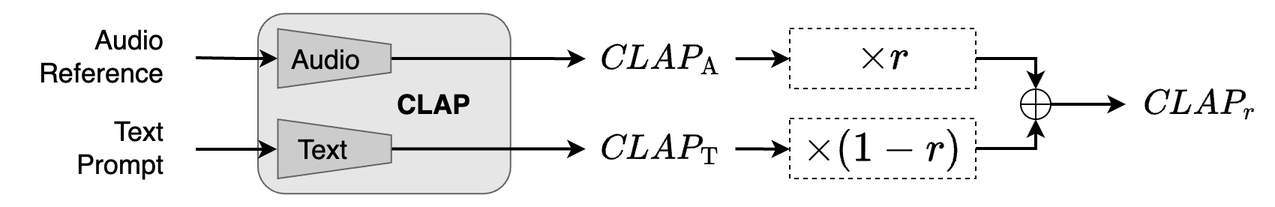
Before: diags/interpolations.png, a diagram exported from draw.io (anonymous757575/diffariff-companion). Source tidied: cells renumbered, new cells last; positions are measured from the earlier drawing's top-left corner, leaving out a move shared by most shapes. The source it was exported from:
```xml
<mxGraphModel math="1">
  <root>
    <mxCell id="0" />
    <mxCell id="1" parent="0" />
    <mxCell id="2" style="rounded=1;whiteSpace=wrap;html=1;fillColor=#E6E6E6;strokeColor=#666666;fontColor=#333333;" parent="1" vertex="1">
      <mxGeometry x="171.5" y="7.6" width="168.4" height="120" as="geometry" />
    </mxCell>
    <mxCell id="3" style="edgeStyle=orthogonalEdgeStyle;rounded=0;jettySize=auto;html=1;exitX=0.5;exitY=1;exitDx=0;exitDy=0;endArrow=none;endFill=0;startArrow=classic;startFill=1;strokeWidth=2;" parent="1" edge="1" source="5">
      <mxGeometry relative="1" as="geometry">
        <mxPoint x="130" y="37" as="targetPoint" />
        <Array as="points">
          <mxPoint x="158" y="37" />
          <mxPoint x="130" y="37" />
        </Array>
      </mxGeometry>
    </mxCell>
    <mxCell id="4" style="edgeStyle=orthogonalEdgeStyle;rounded=0;jettySize=auto;html=1;exitX=0.5;exitY=0;exitDx=0;exitDy=0;strokeWidth=2;entryX=0;entryY=0.5;entryDx=0;entryDy=0;" parent="1" edge="1" source="5" target="21">
      <mxGeometry relative="1" as="geometry" />
    </mxCell>
    <mxCell id="5" style="shape=trapezoid;perimeter=trapezoidPerimeter;whiteSpace=wrap;html=1;fixedSize=1;rotation=90;size=10.329999999999927;fillColor=#CCCCCC;strokeColor=#666666;fontColor=#333333;" parent="1" vertex="1">
      <mxGeometry x="202.7" y="-0.2" width="39.4" height="75.3" as="geometry" />
    </mxCell>
    <mxCell id="6" style="edgeStyle=orthogonalEdgeStyle;rounded=0;jettySize=auto;html=1;exitX=0.5;exitY=0;exitDx=0;exitDy=0;strokeWidth=2;entryX=0;entryY=0.5;entryDx=0;entryDy=0;" parent="1" edge="1" source="7" target="23">
      <mxGeometry relative="1" as="geometry" />
    </mxCell>
    <mxCell id="7" style="shape=trapezoid;perimeter=trapezoidPerimeter;whiteSpace=wrap;html=1;fixedSize=1;rotation=90;size=10.561666666666753;fillColor=#CCCCCC;strokeColor=#666666;fontColor=#333333;" parent="1" vertex="1">
      <mxGeometry x="202.8" y="60" width="39.4" height="75.6" as="geometry" />
    </mxCell>
    <mxCell id="8" value="&lt;b style=&quot;font-size: 18px;&quot;&gt;&lt;font style=&quot;font-size: 18px;&quot;&gt;CLAP&lt;/font&gt;&lt;/b&gt;" style="text;html=1;align=center;verticalAlign=middle;whiteSpace=wrap;rounded=0;fontSize=18;" parent="1" vertex="1">
      <mxGeometry x="259" y="52.6" width="60" height="30" as="geometry" />
    </mxCell>
    <mxCell id="9" value="&lt;font style=&quot;font-size: 18px;&quot;&gt;Audio&lt;/font&gt;" style="text;html=1;align=center;verticalAlign=middle;whiteSpace=wrap;rounded=0;fontSize=18;" parent="1" vertex="1">
      <mxGeometry x="197.2" y="17.6" width="40" height="40" as="geometry" />
    </mxCell>
    <mxCell id="10" value="&lt;font style=&quot;font-size: 18px;&quot;&gt;Text&lt;/font&gt;" style="text;html=1;align=center;verticalAlign=middle;whiteSpace=wrap;rounded=0;fontSize=18;" parent="1" vertex="1">
      <mxGeometry x="189.9" y="77.6" width="50" height="40" as="geometry" />
    </mxCell>
    <mxCell id="11" value="Audio&lt;div&gt;&lt;span style=&quot;background-color: initial;&quot;&gt;Reference&lt;/span&gt;&lt;/div&gt;" style="text;html=1;align=right;verticalAlign=middle;strokeColor=none;fillColor=none;fontSize=18;" parent="1" vertex="1">
      <mxGeometry y="6" width="110" height="60" as="geometry" />
    </mxCell>
    <mxCell id="12" style="edgeStyle=orthogonalEdgeStyle;rounded=0;orthogonalLoop=1;jettySize=auto;html=1;startArrow=classic;startFill=1;endArrow=none;endFill=0;exitX=0.5;exitY=1;exitDx=0;exitDy=0;strokeWidth=2;" parent="1" edge="1">
      <mxGeometry relative="1" as="geometry">
        <mxPoint x="184" y="98" as="sourcePoint" />
        <mxPoint x="130" y="98" as="targetPoint" />
      </mxGeometry>
    </mxCell>
    <mxCell id="13" value="Text&lt;div&gt;&lt;span style=&quot;background-color: initial;&quot;&gt;Prompt&lt;/span&gt;&lt;/div&gt;" style="text;html=1;align=right;verticalAlign=middle;strokeColor=none;fillColor=none;fontSize=18;" parent="1" vertex="1">
      <mxGeometry x="30" y="67.3" width="80" height="60" as="geometry" />
    </mxCell>
    <mxCell id="14" style="edgeStyle=orthogonalEdgeStyle;rounded=0;jettySize=auto;html=1;exitX=1;exitY=0.5;exitDx=0;exitDy=0;exitPerimeter=0;strokeWidth=2;entryX=0;entryY=0.5;entryDx=0;entryDy=0;" parent="1" edge="1" source="15" target="24">
      <mxGeometry relative="1" as="geometry" />
    </mxCell>
    <mxCell id="15" style="verticalLabelPosition=bottom;verticalAlign=top;html=1;shape=mxgraph.flowchart.summing_function;" parent="1" vertex="1">
      <mxGeometry x="680" y="58" width="20" height="20" as="geometry" />
    </mxCell>
    <mxCell id="16" value="$$\times r$$" style="whiteSpace=wrap;html=1;fontSize=24;dashed=1;" parent="1" vertex="1">
      <mxGeometry x="526" y="17.5" width="124" height="40" as="geometry" />
    </mxCell>
    <mxCell id="17" value="$$\times (1-r)$$" style="whiteSpace=wrap;html=1;fontSize=24;dashed=1;" parent="1" vertex="1">
      <mxGeometry x="526" y="77.5" width="124" height="40" as="geometry" />
    </mxCell>
    <mxCell id="18" style="edgeStyle=orthogonalEdgeStyle;rounded=0;jettySize=auto;html=1;exitX=1;exitY=0.5;exitDx=0;exitDy=0;entryX=0.5;entryY=1;entryDx=0;entryDy=0;entryPerimeter=0;strokeWidth=2;" parent="1" edge="1" source="17" target="15">
      <mxGeometry relative="1" as="geometry">
        <Array as="points">
          <mxPoint x="690" y="97" />
        </Array>
      </mxGeometry>
    </mxCell>
    <mxCell id="19" style="edgeStyle=orthogonalEdgeStyle;rounded=0;jettySize=auto;html=1;exitX=1;exitY=0.5;exitDx=0;exitDy=0;entryX=0.5;entryY=0;entryDx=0;entryDy=0;entryPerimeter=0;strokeWidth=2;" parent="1" edge="1" source="16" target="15">
      <mxGeometry relative="1" as="geometry" />
    </mxCell>
    <mxCell id="20" style="edgeStyle=orthogonalEdgeStyle;rounded=0;jettySize=auto;html=1;exitX=1;exitY=0.5;exitDx=0;exitDy=0;entryX=0;entryY=0.5;entryDx=0;entryDy=0;strokeWidth=2;" parent="1" edge="1" source="21" target="16">
      <mxGeometry relative="1" as="geometry" />
    </mxCell>
    <mxCell id="21" value="&lt;span style=&quot;font-size: 20px; text-wrap: nowrap;&quot;&gt;$$\textit{CLAP}_\text{A}$$&lt;/span&gt;" style="whiteSpace=wrap;html=1;fillColor=none;strokeColor=none;" parent="1" vertex="1">
      <mxGeometry x="390" y="7.6" width="99.9" height="60" as="geometry" />
    </mxCell>
    <mxCell id="22" style="edgeStyle=orthogonalEdgeStyle;rounded=0;jettySize=auto;html=1;exitX=1;exitY=0.5;exitDx=0;exitDy=0;entryX=0;entryY=0.5;entryDx=0;entryDy=0;strokeWidth=2;" parent="1" edge="1" source="23" target="17">
      <mxGeometry relative="1" as="geometry" />
    </mxCell>
    <mxCell id="23" value="&lt;span style=&quot;font-size: 20px; text-wrap: nowrap;&quot;&gt;$$\textit{CLAP}_\text{T}$$&lt;/span&gt;" style="whiteSpace=wrap;html=1;fillColor=none;strokeColor=none;" parent="1" vertex="1">
      <mxGeometry x="389.9" y="67.8" width="99.9" height="60" as="geometry" />
    </mxCell>
    <mxCell id="24" value="&lt;span style=&quot;font-size: 20px; text-wrap: nowrap;&quot;&gt;$$\textit{CLAP}_r$$&lt;/span&gt;" style="whiteSpace=wrap;html=1;fillColor=none;strokeColor=none;" parent="1" vertex="1">
      <mxGeometry x="750" y="38" width="99.9" height="60" as="geometry" />
    </mxCell>
  </root>
</mxGraphModel>
```
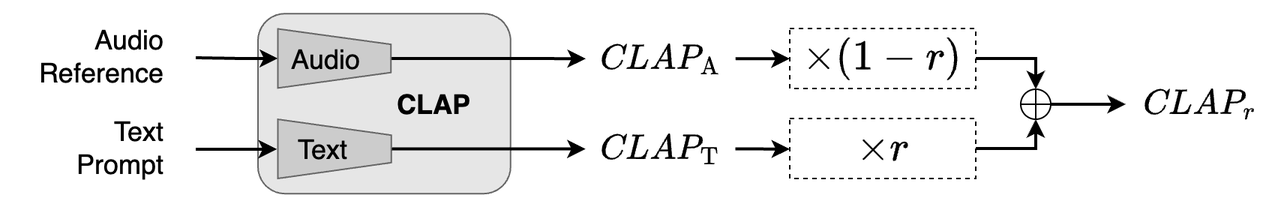
Above is the later version.

Commit message:
typo in diagram and table

Change to the diagram source:
```diff
@@ -53,10 +53,10 @@
     <mxCell id="15" style="verticalLabelPosition=bottom;verticalAlign=top;html=1;shape=mxgraph.flowchart.summing_function;" parent="1" vertex="1">
       <mxGeometry x="680" y="58" width="20" height="20" as="geometry" />
     </mxCell>
-    <mxCell id="16" value="$$\times r$$" style="whiteSpace=wrap;html=1;fontSize=24;dashed=1;" parent="1" vertex="1">
+    <mxCell id="16" value="$$\times (1-r)$$" style="whiteSpace=wrap;html=1;fontSize=24;dashed=1;" parent="1" vertex="1">
       <mxGeometry x="526" y="17.5" width="124" height="40" as="geometry" />
     </mxCell>
-    <mxCell id="17" value="$$\times (1-r)$$" style="whiteSpace=wrap;html=1;fontSize=24;dashed=1;" parent="1" vertex="1">
+    <mxCell id="17" value="$$\times r$$" style="whiteSpace=wrap;html=1;fontSize=24;dashed=1;" parent="1" vertex="1">
       <mxGeometry x="526" y="77.5" width="124" height="40" as="geometry" />
     </mxCell>
     <mxCell id="18" style="edgeStyle=orthogonalEdgeStyle;rounded=0;jettySize=auto;html=1;exitX=1;exitY=0.5;exitDx=0;exitDy=0;entryX=0.5;entryY=1;entryDx=0;entryDy=0;entryPerimeter=0;strokeWidth=2;" parent="1" edge="1" source="17" target="15">
```
